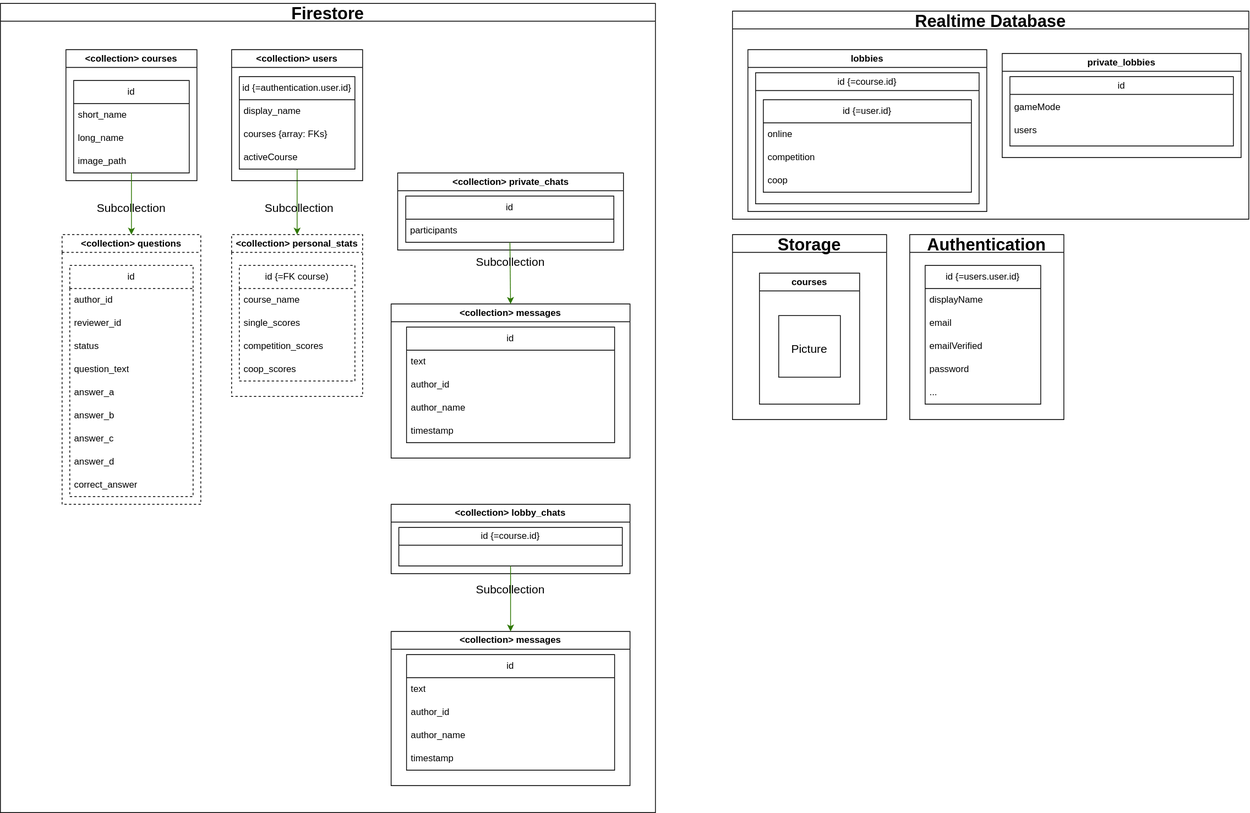
Before: Docs/firestore_data.drawio.svg, a diagram exported from draw.io (A-Gruber-IU/ISEF01-Quiz). Source tidied: cells renumbered, new cells last; positions are measured from the earlier drawing's top-left corner, leaving out a move shared by most shapes.
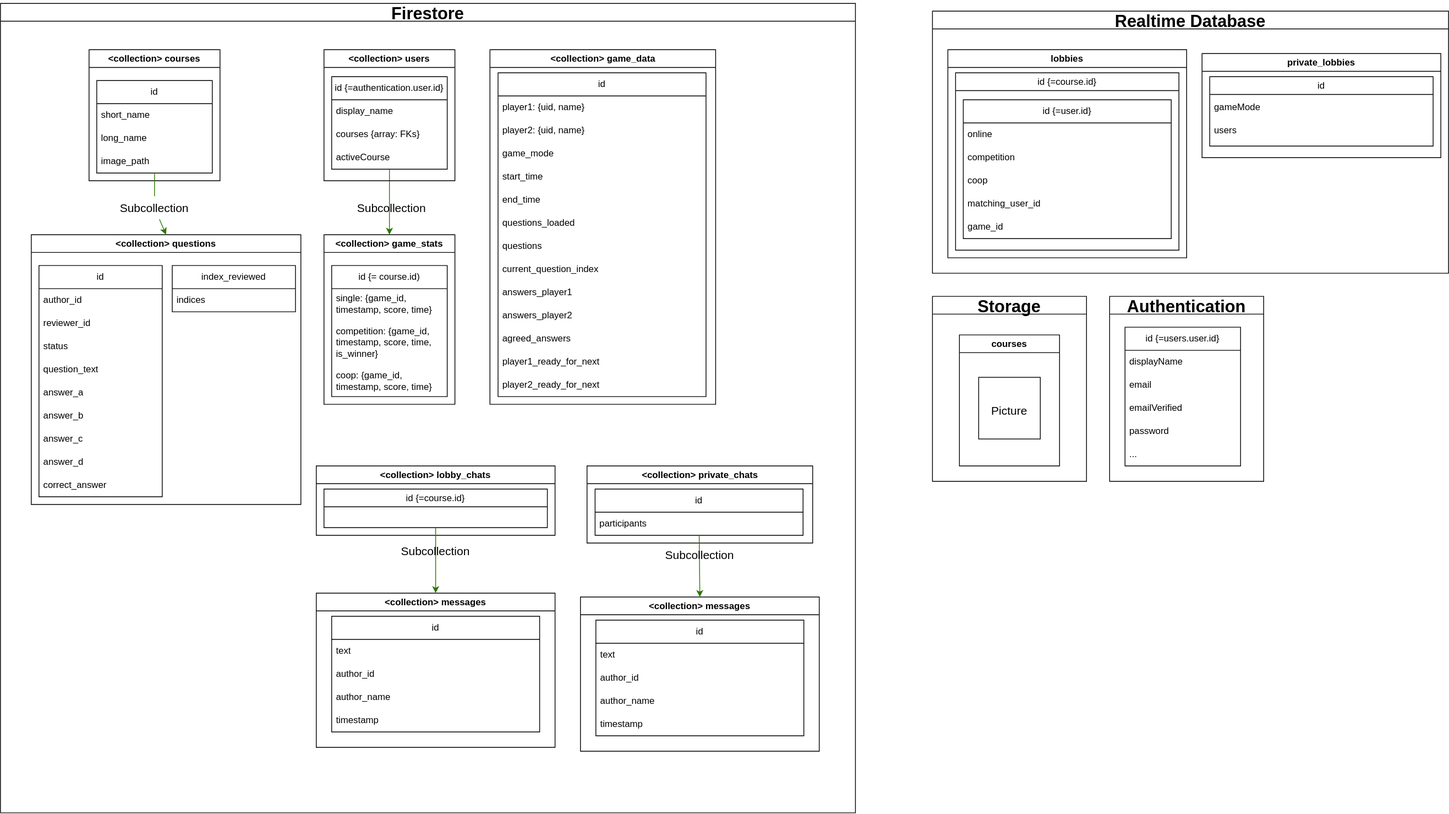
The same file after the commit.

Diff of the diagram source:
```diff
@@ -1,21 +1,18 @@
-<mxGraphModel background="#ffffff">
+<mxGraphModel>
   <root>
     <mxCell id="0" />
     <mxCell id="1" parent="0" />
     <mxCell id="2" value="&lt;font style=&quot;font-size: 22px;&quot;&gt;Firestore&lt;/font&gt;" style="swimlane;whiteSpace=wrap;html=1;fontSize=27;" parent="1" vertex="1">
-      <mxGeometry width="850" height="1050" as="geometry" />
+      <mxGeometry x="-260" width="1110" height="1050" as="geometry" />
     </mxCell>
-    <mxCell id="3" value="Subcollection" style="text;html=1;strokeColor=none;fillColor=none;align=center;verticalAlign=middle;whiteSpace=wrap;rounded=0;fontSize=15;" parent="2" vertex="1">
-      <mxGeometry x="140" y="250" width="60" height="30" as="geometry" />
-    </mxCell>
     <mxCell id="4" value="Subcollection" style="text;html=1;strokeColor=none;fillColor=none;align=center;verticalAlign=middle;whiteSpace=wrap;rounded=0;fontSize=15;" parent="2" vertex="1">
-      <mxGeometry x="357.5" y="250" width="60" height="30" as="geometry" />
+      <mxGeometry x="477.5" y="250" width="60" height="30" as="geometry" />
     </mxCell>
     <mxCell id="5" value="&amp;lt;collection&amp;gt; courses" style="swimlane;whiteSpace=wrap;html=1;" parent="2" vertex="1">
-      <mxGeometry x="85" y="60" width="170" height="170" as="geometry" />
+      <mxGeometry x="115" y="60" width="170" height="170" as="geometry" />
     </mxCell>
     <mxCell id="6" value="id" style="swimlane;fontStyle=0;horizontal=1;startSize=30;whiteSpace=wrap;html=1;" parent="2" vertex="1">
-      <mxGeometry x="95" y="100" width="150" height="120" as="geometry" />
+      <mxGeometry x="125" y="100" width="150" height="120" as="geometry" />
     </mxCell>
     <mxCell id="7" value="short_name" style="text;strokeColor=none;fillColor=none;align=left;verticalAlign=middle;spacingLeft=4;spacingRight=4;overflow=hidden;whiteSpace=wrap;html=1;" parent="6" vertex="1">
       <mxGeometry y="30" width="150" height="30" as="geometry" />
@@ -27,13 +24,13 @@
       <mxGeometry y="90" width="150" height="30" as="geometry" />
     </mxCell>
     <mxCell id="10" value="&amp;lt;collection&amp;gt;&amp;nbsp;lobby_chats" style="swimlane;whiteSpace=wrap;html=1;" parent="2" vertex="1">
-      <mxGeometry x="507" y="650" width="310" height="90" as="geometry" />
+      <mxGeometry x="410" y="600" width="310" height="90" as="geometry" />
     </mxCell>
     <mxCell id="11" value="&lt;span style=&quot;font-weight: 400;&quot;&gt;id {=course.id}&lt;/span&gt;" style="swimlane;whiteSpace=wrap;html=1;" parent="10" vertex="1">
       <mxGeometry x="10" y="30" width="290" height="50" as="geometry" />
     </mxCell>
     <mxCell id="12" value="&amp;lt;collection&amp;gt;&amp;nbsp;messages" style="swimlane;whiteSpace=wrap;html=1;" parent="2" vertex="1">
-      <mxGeometry x="507" y="815" width="310" height="200" as="geometry" />
+      <mxGeometry x="410" y="765" width="310" height="200" as="geometry" />
     </mxCell>
     <mxCell id="13" value="id" style="swimlane;fontStyle=0;horizontal=1;startSize=30;whiteSpace=wrap;html=1;" parent="12" vertex="1">
       <mxGeometry x="20" y="30" width="270" height="150" as="geometry" />
@@ -53,10 +50,10 @@
     <mxCell id="18" style="edgeStyle=none;html=1;entryX=0.5;entryY=0;entryDx=0;entryDy=0;fillColor=#60a917;strokeColor=#2D7600;exitX=0.5;exitY=1;exitDx=0;exitDy=0;" parent="2" edge="1" source="11" target="12">
       <mxGeometry relative="1" as="geometry" />
     </mxCell>
-    <mxCell id="19" value="&amp;lt;collection&amp;gt;&amp;nbsp;questions" style="swimlane;whiteSpace=wrap;html=1;dashed=1;" parent="2" vertex="1">
-      <mxGeometry x="80" y="300" width="180" height="350" as="geometry" />
+    <mxCell id="19" value="&amp;lt;collection&amp;gt;&amp;nbsp;questions" style="swimlane;whiteSpace=wrap;html=1;" parent="2" vertex="1">
+      <mxGeometry x="40" y="300" width="350" height="350" as="geometry" />
     </mxCell>
-    <mxCell id="20" value="id" style="swimlane;fontStyle=0;horizontal=1;startSize=30;whiteSpace=wrap;html=1;dashed=1;" parent="19" vertex="1">
+    <mxCell id="20" value="id" style="swimlane;fontStyle=0;horizontal=1;startSize=30;whiteSpace=wrap;html=1;" parent="19" vertex="1">
       <mxGeometry x="10" y="40" width="160" height="300" as="geometry" />
     </mxCell>
     <mxCell id="21" value="author_id" style="text;strokeColor=none;fillColor=none;align=left;verticalAlign=middle;spacingLeft=4;spacingRight=4;overflow=hidden;whiteSpace=wrap;html=1;" parent="20" vertex="1">
@@ -86,32 +83,35 @@
     <mxCell id="29" value="correct_answer" style="text;strokeColor=none;fillColor=none;align=left;verticalAlign=middle;spacingLeft=4;spacingRight=4;overflow=hidden;whiteSpace=wrap;html=1;" parent="20" vertex="1">
       <mxGeometry y="270" width="160" height="30" as="geometry" />
     </mxCell>
+    <mxCell id="76" value="index_reviewed" style="swimlane;fontStyle=0;horizontal=1;startSize=30;whiteSpace=wrap;html=1;" parent="19" vertex="1">
+      <mxGeometry x="183" y="40" width="160" height="60" as="geometry" />
+    </mxCell>
+    <mxCell id="77" value="indices" style="text;strokeColor=none;fillColor=none;align=left;verticalAlign=middle;spacingLeft=4;spacingRight=4;overflow=hidden;whiteSpace=wrap;html=1;" parent="76" vertex="1">
+      <mxGeometry y="30" width="160" height="30" as="geometry" />
+    </mxCell>
-    <mxCell id="30" value="&amp;lt;collection&amp;gt;&amp;nbsp;personal_stats" style="swimlane;whiteSpace=wrap;html=1;startSize=23;dashed=1;" parent="2" vertex="1">
-      <mxGeometry x="300" y="300" width="170" height="210" as="geometry" />
+    <mxCell id="30" value="&amp;lt;collection&amp;gt; game_stats" style="swimlane;whiteSpace=wrap;html=1;startSize=23;" parent="2" vertex="1">
+      <mxGeometry x="420" y="300" width="170" height="220" as="geometry" />
     </mxCell>
-    <mxCell id="31" value="id {=FK course)" style="swimlane;fontStyle=0;horizontal=1;startSize=30;whiteSpace=wrap;html=1;dashed=1;" parent="30" vertex="1">
-      <mxGeometry x="10" y="40" width="150" height="150" as="geometry" />
+    <mxCell id="31" value="id {= course.id)" style="swimlane;fontStyle=0;horizontal=1;startSize=30;whiteSpace=wrap;html=1;" parent="30" vertex="1">
+      <mxGeometry x="10" y="40" width="150" height="170" as="geometry" />
     </mxCell>
-    <mxCell id="32" value="course_name" style="text;strokeColor=none;fillColor=none;align=left;verticalAlign=middle;spacingLeft=4;spacingRight=4;overflow=hidden;whiteSpace=wrap;html=1;" parent="31" vertex="1">
-      <mxGeometry y="30" width="150" height="30" as="geometry" />
-    </mxCell>
-    <mxCell id="33" value="single_scores" style="text;strokeColor=none;fillColor=none;align=left;verticalAlign=middle;spacingLeft=4;spacingRight=4;overflow=hidden;whiteSpace=wrap;html=1;" parent="31" vertex="1">
-      <mxGeometry y="60" width="150" height="30" as="geometry" />
+    <mxCell id="33" value="single: {game_id, timestamp, score, time}" style="text;strokeColor=none;fillColor=none;align=left;verticalAlign=middle;spacingLeft=4;spacingRight=4;overflow=hidden;whiteSpace=wrap;html=1;" parent="31" vertex="1">
+      <mxGeometry y="30" width="150" height="40" as="geometry" />
     </mxCell>
-    <mxCell id="34" value="competition_scores" style="text;strokeColor=none;fillColor=none;align=left;verticalAlign=middle;spacingLeft=4;spacingRight=4;overflow=hidden;whiteSpace=wrap;html=1;" parent="31" vertex="1">
-      <mxGeometry y="90" width="150" height="30" as="geometry" />
+    <mxCell id="34" value="competition: {game_id,&lt;br&gt;timestamp, score, time, is_winner}" style="text;strokeColor=none;fillColor=none;align=left;verticalAlign=middle;spacingLeft=4;spacingRight=4;overflow=hidden;whiteSpace=wrap;html=1;" parent="31" vertex="1">
+      <mxGeometry y="70" width="150" height="60" as="geometry" />
     </mxCell>
-    <mxCell id="35" value="coop_scores" style="text;strokeColor=none;fillColor=none;align=left;verticalAlign=middle;spacingLeft=4;spacingRight=4;overflow=hidden;whiteSpace=wrap;html=1;" parent="31" vertex="1">
-      <mxGeometry y="120" width="150" height="30" as="geometry" />
+    <mxCell id="35" value="coop: {game_id,&lt;br&gt;timestamp, score, time}" style="text;strokeColor=none;fillColor=none;align=left;verticalAlign=middle;spacingLeft=4;spacingRight=4;overflow=hidden;whiteSpace=wrap;html=1;" parent="31" vertex="1">
+      <mxGeometry y="130" width="150" height="40" as="geometry" />
     </mxCell>
-    <mxCell id="36" style="edgeStyle=none;html=1;entryX=0.5;entryY=0;entryDx=0;entryDy=0;fillColor=#60a917;strokeColor=#2D7600;" parent="2" edge="1" source="9" target="19">
+    <mxCell id="36" style="edgeStyle=none;html=1;entryX=0.5;entryY=0;entryDx=0;entryDy=0;fillColor=#60a917;strokeColor=#2D7600;startArrow=none;" parent="2" edge="1" source="3" target="19">
       <mxGeometry relative="1" as="geometry" />
     </mxCell>
     <mxCell id="37" style="edgeStyle=none;html=1;entryX=0.5;entryY=0;entryDx=0;entryDy=0;fillColor=#60a917;strokeColor=#2D7600;" parent="2" edge="1" source="39" target="30">
       <mxGeometry relative="1" as="geometry" />
     </mxCell>
     <mxCell id="38" value="&amp;lt;collection&amp;gt;&amp;nbsp;users" style="swimlane;whiteSpace=wrap;html=1;" parent="2" vertex="1">
-      <mxGeometry x="300" y="60" width="170" height="170" as="geometry" />
+      <mxGeometry x="420" y="60" width="170" height="170" as="geometry" />
     </mxCell>
     <mxCell id="39" value="id {=authentication.user.id}" style="swimlane;fontStyle=0;horizontal=1;startSize=30;whiteSpace=wrap;html=1;" parent="38" vertex="1">
       <mxGeometry x="10" y="35" width="150" height="120" as="geometry" />
@@ -126,10 +126,10 @@
       <mxGeometry y="90" width="150" height="30" as="geometry" />
     </mxCell>
     <mxCell id="43" value="Subcollection" style="text;html=1;strokeColor=none;fillColor=none;align=center;verticalAlign=middle;whiteSpace=wrap;rounded=0;fontSize=15;" parent="2" vertex="1">
-      <mxGeometry x="632" y="745" width="60" height="30" as="geometry" />
+      <mxGeometry x="535" y="695" width="60" height="30" as="geometry" />
     </mxCell>
     <mxCell id="44" value="&amp;lt;collection&amp;gt;&amp;nbsp;private_chats" style="swimlane;whiteSpace=wrap;html=1;" parent="2" vertex="1">
-      <mxGeometry x="515.5" y="220" width="293" height="100" as="geometry" />
+      <mxGeometry x="761.5" y="600" width="293" height="100" as="geometry" />
     </mxCell>
     <mxCell id="45" value="id" style="swimlane;fontStyle=0;horizontal=1;startSize=30;whiteSpace=wrap;html=1;" parent="44" vertex="1">
       <mxGeometry x="10.5" y="30" width="270" height="60" as="geometry" />
@@ -138,7 +138,7 @@
       <mxGeometry y="30" width="270" height="30" as="geometry" />
     </mxCell>
     <mxCell id="47" value="&amp;lt;collection&amp;gt;&amp;nbsp;messages" style="swimlane;whiteSpace=wrap;html=1;" parent="2" vertex="1">
-      <mxGeometry x="507" y="390" width="310" height="200" as="geometry" />
+      <mxGeometry x="753" y="770" width="310" height="200" as="geometry" />
     </mxCell>
     <mxCell id="48" value="id" style="swimlane;fontStyle=0;horizontal=1;startSize=30;whiteSpace=wrap;html=1;" parent="47" vertex="1">
       <mxGeometry x="20" y="30" width="270" height="150" as="geometry" />
@@ -159,10 +159,61 @@
       <mxGeometry relative="1" as="geometry" />
     </mxCell>
     <mxCell id="54" value="Subcollection" style="text;html=1;strokeColor=none;fillColor=none;align=center;verticalAlign=middle;whiteSpace=wrap;rounded=0;fontSize=15;" parent="2" vertex="1">
-      <mxGeometry x="632" y="320" width="60" height="30" as="geometry" />
+      <mxGeometry x="878" y="700" width="60" height="30" as="geometry" />
     </mxCell>
+    <mxCell id="78" value="&amp;lt;collection&amp;gt;&amp;nbsp;game_data" style="swimlane;whiteSpace=wrap;html=1;" parent="2" vertex="1">
+      <mxGeometry x="635.5" y="60" width="293" height="460" as="geometry" />
+    </mxCell>
+    <mxCell id="79" value="id" style="swimlane;fontStyle=0;horizontal=1;startSize=30;whiteSpace=wrap;html=1;" parent="78" vertex="1">
+      <mxGeometry x="10.5" y="30" width="270" height="420" as="geometry" />
+    </mxCell>
+    <mxCell id="80" value="player1: {uid, name}" style="text;strokeColor=none;fillColor=none;align=left;verticalAlign=middle;spacingLeft=4;spacingRight=4;overflow=hidden;whiteSpace=wrap;html=1;" parent="79" vertex="1">
+      <mxGeometry y="30" width="270" height="30" as="geometry" />
+    </mxCell>
+    <mxCell id="81" value="player2: {uid, name}" style="text;strokeColor=none;fillColor=none;align=left;verticalAlign=middle;spacingLeft=4;spacingRight=4;overflow=hidden;whiteSpace=wrap;html=1;" parent="79" vertex="1">
+      <mxGeometry y="60" width="270" height="30" as="geometry" />
+    </mxCell>
+    <mxCell id="82" value="game_mode" style="text;strokeColor=none;fillColor=none;align=left;verticalAlign=middle;spacingLeft=4;spacingRight=4;overflow=hidden;whiteSpace=wrap;html=1;" parent="79" vertex="1">
+      <mxGeometry y="90" width="270" height="30" as="geometry" />
+    </mxCell>
+    <mxCell id="83" value="start_time" style="text;strokeColor=none;fillColor=none;align=left;verticalAlign=middle;spacingLeft=4;spacingRight=4;overflow=hidden;whiteSpace=wrap;html=1;" parent="79" vertex="1">
+      <mxGeometry y="120" width="270" height="30" as="geometry" />
+    </mxCell>
+    <mxCell id="84" value="end_time" style="text;strokeColor=none;fillColor=none;align=left;verticalAlign=middle;spacingLeft=4;spacingRight=4;overflow=hidden;whiteSpace=wrap;html=1;" parent="79" vertex="1">
+      <mxGeometry y="150" width="270" height="30" as="geometry" />
+    </mxCell>
+    <mxCell id="85" value="questions_loaded" style="text;strokeColor=none;fillColor=none;align=left;verticalAlign=middle;spacingLeft=4;spacingRight=4;overflow=hidden;whiteSpace=wrap;html=1;" parent="79" vertex="1">
+      <mxGeometry y="180" width="270" height="30" as="geometry" />
+    </mxCell>
+    <mxCell id="86" value="questions&amp;nbsp;" style="text;strokeColor=none;fillColor=none;align=left;verticalAlign=middle;spacingLeft=4;spacingRight=4;overflow=hidden;whiteSpace=wrap;html=1;" parent="79" vertex="1">
+      <mxGeometry y="210" width="270" height="30" as="geometry" />
+    </mxCell>
+    <mxCell id="87" value="current_question_index" style="text;strokeColor=none;fillColor=none;align=left;verticalAlign=middle;spacingLeft=4;spacingRight=4;overflow=hidden;whiteSpace=wrap;html=1;" parent="79" vertex="1">
+      <mxGeometry y="240" width="270" height="30" as="geometry" />
+    </mxCell>
+    <mxCell id="88" value="answers_player1" style="text;strokeColor=none;fillColor=none;align=left;verticalAlign=middle;spacingLeft=4;spacingRight=4;overflow=hidden;whiteSpace=wrap;html=1;" parent="79" vertex="1">
+      <mxGeometry y="270" width="270" height="30" as="geometry" />
+    </mxCell>
+    <mxCell id="89" value="answers_player2" style="text;strokeColor=none;fillColor=none;align=left;verticalAlign=middle;spacingLeft=4;spacingRight=4;overflow=hidden;whiteSpace=wrap;html=1;" parent="79" vertex="1">
+      <mxGeometry y="300" width="270" height="30" as="geometry" />
+    </mxCell>
+    <mxCell id="90" value="agreed_answers" style="text;strokeColor=none;fillColor=none;align=left;verticalAlign=middle;spacingLeft=4;spacingRight=4;overflow=hidden;whiteSpace=wrap;html=1;" parent="79" vertex="1">
+      <mxGeometry y="330" width="270" height="30" as="geometry" />
+    </mxCell>
+    <mxCell id="91" value="player1_ready_for_next" style="text;strokeColor=none;fillColor=none;align=left;verticalAlign=middle;spacingLeft=4;spacingRight=4;overflow=hidden;whiteSpace=wrap;html=1;" parent="79" vertex="1">
+      <mxGeometry y="360" width="270" height="30" as="geometry" />
+    </mxCell>
+    <mxCell id="92" value="player2_ready_for_next" style="text;strokeColor=none;fillColor=none;align=left;verticalAlign=middle;spacingLeft=4;spacingRight=4;overflow=hidden;whiteSpace=wrap;html=1;" parent="79" vertex="1">
+      <mxGeometry y="390" width="270" height="30" as="geometry" />
+    </mxCell>
+    <mxCell id="93" style="edgeStyle=none;html=1;entryX=0.5;entryY=0;entryDx=0;entryDy=0;fillColor=#60a917;strokeColor=#2D7600;endArrow=none;" parent="2" edge="1" source="9" target="3">
+      <mxGeometry relative="1" as="geometry" />
+    </mxCell>
+    <mxCell id="3" value="Subcollection" style="text;html=1;strokeColor=none;fillColor=none;align=center;verticalAlign=middle;whiteSpace=wrap;rounded=0;fontSize=15;" parent="2" vertex="1">
+      <mxGeometry x="170" y="250" width="60" height="30" as="geometry" />
+    </mxCell>
     <mxCell id="55" value="&lt;font style=&quot;font-size: 22px;&quot;&gt;Storage&lt;/font&gt;" style="swimlane;whiteSpace=wrap;html=1;fontSize=27;" parent="1" vertex="1">
-      <mxGeometry x="950" y="300" width="200" height="240" as="geometry" />
+      <mxGeometry x="950" y="380" width="200" height="240" as="geometry" />
     </mxCell>
     <mxCell id="56" value="courses" style="swimlane;whiteSpace=wrap;html=1;" parent="55" vertex="1">
       <mxGeometry x="35" y="50" width="130" height="170" as="geometry" />
@@ -171,16 +222,16 @@
       <mxGeometry x="25" y="55" width="80" height="80" as="geometry" />
     </mxCell>
     <mxCell id="58" value="&lt;font style=&quot;font-size: 22px;&quot;&gt;Realtime Database&lt;/font&gt;" style="swimlane;whiteSpace=wrap;html=1;fontSize=27;" parent="1" vertex="1">
-      <mxGeometry x="950" y="10" width="670" height="270" as="geometry" />
+      <mxGeometry x="950" y="10" width="670" height="340" as="geometry" />
     </mxCell>
     <mxCell id="59" value="lobbies" style="swimlane;whiteSpace=wrap;html=1;" parent="58" vertex="1">
-      <mxGeometry x="20" y="50" width="310" height="210" as="geometry" />
+      <mxGeometry x="20" y="50" width="310" height="270" as="geometry" />
     </mxCell>
     <mxCell id="60" value="&lt;span style=&quot;font-weight: 400;&quot;&gt;id {=course.id}&lt;/span&gt;" style="swimlane;whiteSpace=wrap;html=1;" parent="59" vertex="1">
-      <mxGeometry x="10" y="30" width="290" height="170" as="geometry" />
+      <mxGeometry x="10" y="30" width="290" height="230" as="geometry" />
     </mxCell>
     <mxCell id="61" value="id {=user.id}" style="swimlane;fontStyle=0;horizontal=1;startSize=30;whiteSpace=wrap;html=1;" parent="60" vertex="1">
-      <mxGeometry x="10" y="35" width="270" height="120" as="geometry" />
+      <mxGeometry x="10" y="35" width="270" height="180" as="geometry" />
     </mxCell>
     <mxCell id="62" value="online" style="text;strokeColor=none;fillColor=none;align=left;verticalAlign=middle;spacingLeft=4;spacingRight=4;overflow=hidden;whiteSpace=wrap;html=1;" parent="61" vertex="1">
       <mxGeometry y="30" width="270" height="30" as="geometry" />
@@ -191,6 +242,12 @@
     <mxCell id="64" value="coop" style="text;strokeColor=none;fillColor=none;align=left;verticalAlign=middle;spacingLeft=4;spacingRight=4;overflow=hidden;whiteSpace=wrap;html=1;" parent="61" vertex="1">
       <mxGeometry y="90" width="270" height="30" as="geometry" />
     </mxCell>
+    <mxCell id="94" value="matching_user_id" style="text;strokeColor=none;fillColor=none;align=left;verticalAlign=middle;spacingLeft=4;spacingRight=4;overflow=hidden;whiteSpace=wrap;html=1;" parent="61" vertex="1">
+      <mxGeometry y="120" width="270" height="30" as="geometry" />
+    </mxCell>
+    <mxCell id="95" value="game_id" style="text;strokeColor=none;fillColor=none;align=left;verticalAlign=middle;spacingLeft=4;spacingRight=4;overflow=hidden;whiteSpace=wrap;html=1;" parent="61" vertex="1">
+      <mxGeometry y="150" width="270" height="30" as="geometry" />
+    </mxCell>
     <mxCell id="65" value="private_lobbies" style="swimlane;whiteSpace=wrap;html=1;" parent="58" vertex="1">
       <mxGeometry x="350" y="55" width="310" height="135" as="geometry" />
     </mxCell>
@@ -204,7 +261,7 @@
       <mxGeometry y="55" width="290" height="30" as="geometry" />
     </mxCell>
     <mxCell id="69" value="&lt;font style=&quot;font-size: 22px;&quot;&gt;Authentication&lt;/font&gt;" style="swimlane;whiteSpace=wrap;html=1;fontSize=27;" parent="1" vertex="1">
-      <mxGeometry x="1180" y="300" width="200" height="240" as="geometry" />
+      <mxGeometry x="1180" y="380" width="200" height="240" as="geometry" />
     </mxCell>
     <mxCell id="70" value="id {=users.user.id}" style="swimlane;fontStyle=0;horizontal=1;startSize=30;whiteSpace=wrap;html=1;" parent="69" vertex="1">
       <mxGeometry x="20" y="40" width="150" height="180" as="geometry" />
```
